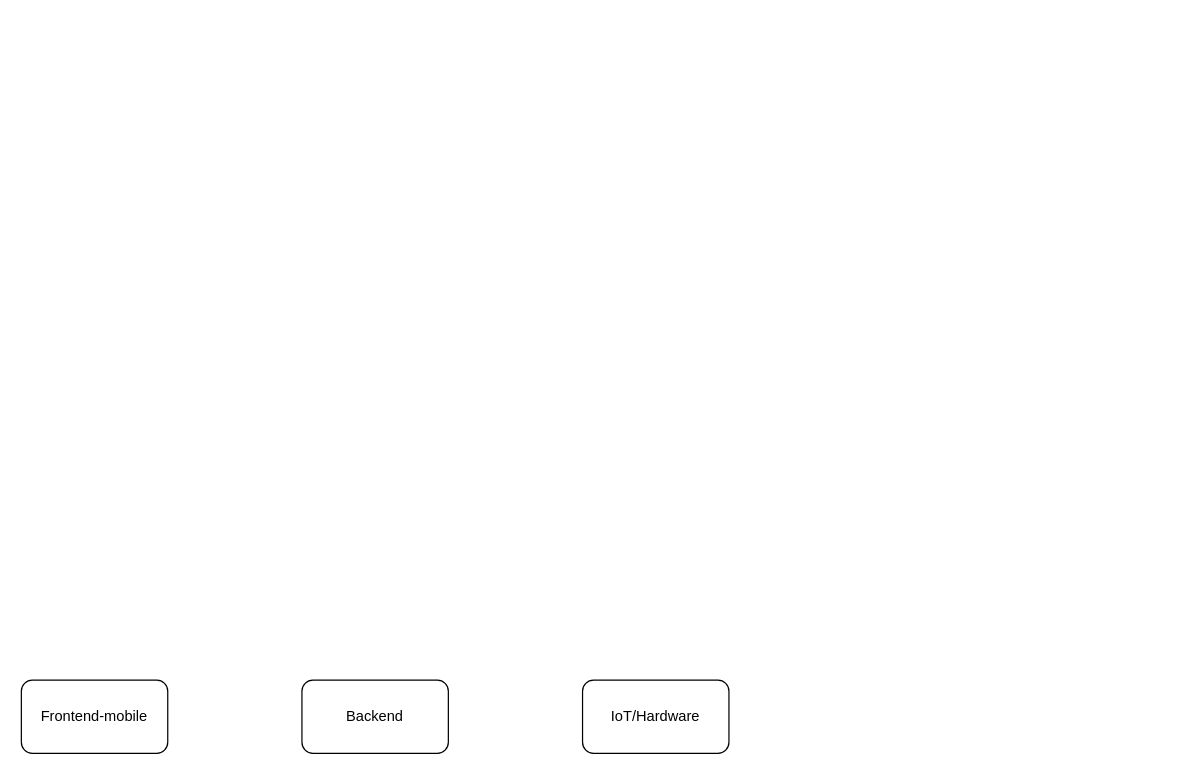
This is page "workflow" (1 of 4) of docs/ARCHITECTURE/ARCHITECTURE.drawio from flaxdrop/ChasChallenge, a draw.io file, before an edit. Source tidied: cells renumbered, new cells numbered last; positions are measured from the earlier drawing's top-left corner, leaving out a move shared by most shapes. Both pictures are drawn from the tidied source at 122%, with x=0, y=0 at pixel (21, 680).
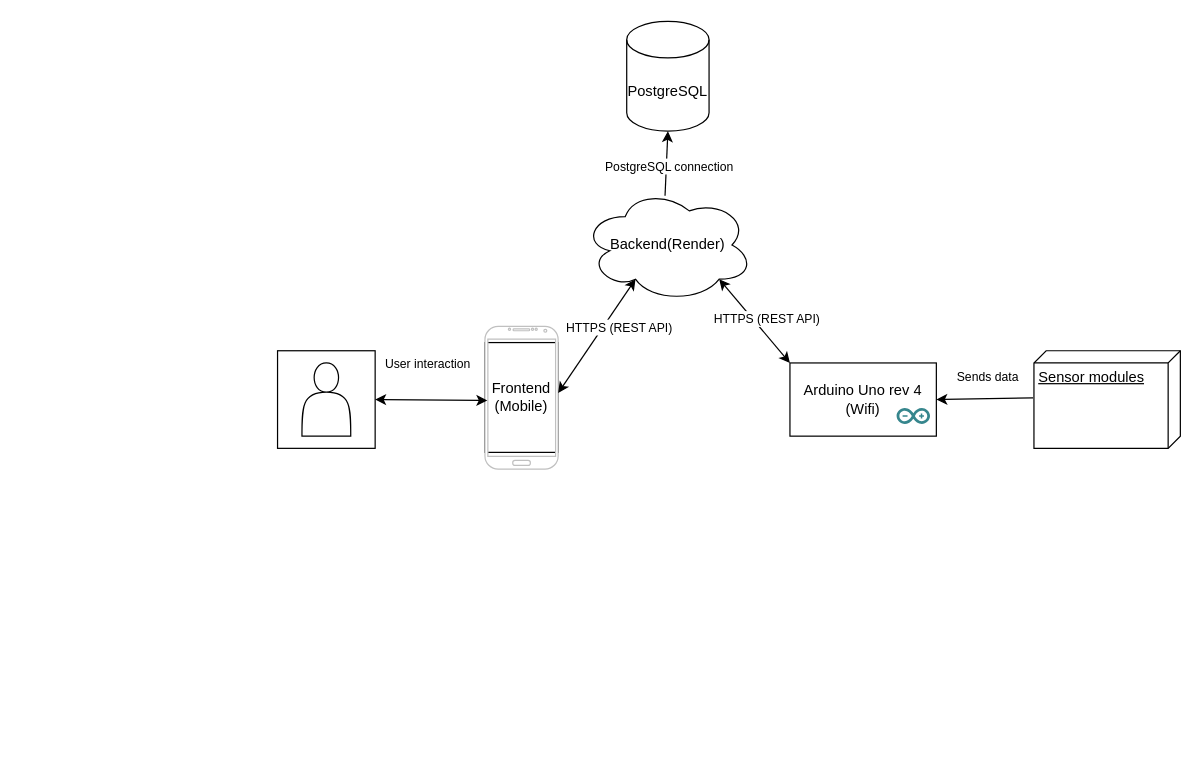
The same page after the edit.

Commit message:
updated architecture.md with flowchart-diagram

The edit, as a diff of the source:
```diff
@@
-    <mxCell id="2" value="IoT/Hardware" style="rounded=1;whiteSpace=wrap;html=1;" parent="1" vertex="1">
-      <mxGeometry x="460" width="120" height="60" as="geometry" />
-    </mxCell>
-    <mxCell id="3" value="Backend" style="rounded=1;whiteSpace=wrap;html=1;" parent="1" vertex="1">
-      <mxGeometry x="230" width="120" height="60" as="geometry" />
-    </mxCell>
-    <mxCell id="4" value="Frontend-mobile" style="rounded=1;whiteSpace=wrap;html=1;" parent="1" vertex="1">
-      <mxGeometry width="120" height="60" as="geometry" />
-    </mxCell>
+    <mxCell id="5" value="Arduino Uno rev 4 (Wifi)" style="rounded=0;whiteSpace=wrap;html=1;" parent="1" vertex="1">
+      <mxGeometry x="630" y="-260" width="120" height="60" as="geometry" />
+    </mxCell>
+    <mxCell id="6" style="dashed=0;html=1;align=center;labelPosition=center;verticalLabelPosition=bottom;verticalAlign=top;shape=mxgraph.weblogos.arduino;fillColor=#36868D;strokeColor=none;" parent="1" vertex="1">
+      <mxGeometry x="717.4" y="-223" width="27.4" height="13" as="geometry" />
+    </mxCell>
+    <mxCell id="7" value="Backend(Render)" style="ellipse;shape=cloud;whiteSpace=wrap;html=1;" parent="1" vertex="1">
+      <mxGeometry x="460" y="-403.3" width="140" height="93.3" as="geometry" />
+    </mxCell>
+    <mxCell id="8" value="&lt;font style=&quot;font-size: 12px;&quot;&gt;PostgreSQL&lt;/font&gt;" style="shape=cylinder3;whiteSpace=wrap;html=1;boundedLbl=1;backgroundOutline=1;size=15;" parent="1" vertex="1">
+      <mxGeometry x="496.2" y="-540" width="67.5" height="90" as="geometry" />
+    </mxCell>
+    <mxCell id="9" style="endArrow=classic;startArrow=classic;html=1;entryX=0.8;entryY=0.8;entryDx=0;entryDy=0;entryPerimeter=0;exitX=0;exitY=0;exitDx=0;exitDy=0;" parent="1" edge="1" source="5" target="7">
+      <mxGeometry relative="1" as="geometry" />
+    </mxCell>
+    <mxCell id="10" value="&lt;font style=&quot;font-size: 10px;&quot;&gt;HTTPS (REST API)&lt;/font&gt;" style="edgeLabel;html=1;align=center;verticalAlign=middle;" parent="9" vertex="1">
+      <mxGeometry x="0.13" y="-2" relative="1" as="geometry">
+        <mxPoint x="12" y="4" as="offset" />
+      </mxGeometry>
+    </mxCell>
+    <mxCell id="11" style="edgeStyle=none;html=1;exitX=0.483;exitY=0.067;exitDx=0;exitDy=0;exitPerimeter=0;entryX=0.5;entryY=1;entryDx=0;entryDy=0;entryPerimeter=0;" parent="1" edge="1" source="7" target="8">
+      <mxGeometry relative="1" as="geometry" />
+    </mxCell>
+    <mxCell id="12" value="&lt;font style=&quot;font-size: 10px;&quot;&gt;PostgreSQL connection&lt;/font&gt;" style="edgeLabel;html=1;align=center;verticalAlign=middle;" parent="11" vertex="1">
+      <mxGeometry x="-0.04" y="-2" relative="1" as="geometry" />
+    </mxCell>
+    <mxCell id="13" style="edgeStyle=none;html=1;exitX=0.483;exitY=1.006;exitDx=0;exitDy=0;exitPerimeter=0;entryX=1;entryY=0.5;entryDx=0;entryDy=0;" parent="1" edge="1" source="15" target="5">
+      <mxGeometry relative="1" as="geometry" />
+    </mxCell>
+    <mxCell id="14" value="&lt;font style=&quot;font-size: 10px;&quot;&gt;Sends data&lt;/font&gt;" style="edgeLabel;html=1;align=center;verticalAlign=middle;" parent="13" vertex="1">
+      <mxGeometry x="-0.03" y="-3" relative="1" as="geometry">
+        <mxPoint y="-16" as="offset" />
+      </mxGeometry>
+    </mxCell>
+    <mxCell id="15" value="Sensor modules" style="verticalAlign=top;align=left;spacingTop=8;spacingLeft=2;spacingRight=12;shape=cube;size=10;direction=south;fontStyle=4;html=1;whiteSpace=wrap;" parent="1" vertex="1">
+      <mxGeometry x="830" y="-270" width="120" height="80" as="geometry" />
+    </mxCell>
+    <mxCell id="16" value="Frontend&lt;div&gt;(Mobile)&lt;/div&gt;" style="rounded=0;whiteSpace=wrap;html=1;" parent="1" vertex="1">
+      <mxGeometry x="380" y="-276.7" width="60" height="90" as="geometry" />
+    </mxCell>
+    <mxCell id="17" style="verticalLabelPosition=bottom;verticalAlign=top;html=1;shadow=0;dashed=0;strokeWidth=1;shape=mxgraph.android.phone2;strokeColor=#c0c0c0;" parent="1" vertex="1">
+      <mxGeometry x="380" y="-290" width="60" height="117" as="geometry" />
+    </mxCell>
+    <mxCell id="18" style="endArrow=classic;startArrow=classic;html=1;entryX=1;entryY=0.467;entryDx=0;entryDy=0;entryPerimeter=0;exitX=0.31;exitY=0.8;exitDx=0;exitDy=0;exitPerimeter=0;" parent="1" edge="1" source="7" target="17">
+      <mxGeometry relative="1" as="geometry" />
+    </mxCell>
+    <mxCell id="19" value="&lt;font style=&quot;font-size: 10px;&quot;&gt;HTTPS (REST API)&lt;/font&gt;" style="edgeLabel;html=1;align=center;verticalAlign=middle;" parent="18" vertex="1">
+      <mxGeometry x="0.13" y="-2" relative="1" as="geometry">
+        <mxPoint x="24" y="-13" as="offset" />
+      </mxGeometry>
+    </mxCell>
+    <mxCell id="20" style="whiteSpace=wrap;html=1;" parent="1" vertex="1">
+      <mxGeometry x="210" y="-270" width="80" height="80" as="geometry" />
+    </mxCell>
+    <mxCell id="21" style="shape=actor;whiteSpace=wrap;html=1;" parent="1" vertex="1">
+      <mxGeometry x="230" y="-260" width="40" height="60" as="geometry" />
+    </mxCell>
+    <mxCell id="22" style="endArrow=classic;startArrow=classic;html=1;entryX=0.033;entryY=0.519;entryDx=0;entryDy=0;entryPerimeter=0;exitX=1;exitY=0.5;exitDx=0;exitDy=0;" parent="1" edge="1" source="20" target="17">
+      <mxGeometry relative="1" as="geometry" />
+    </mxCell>
+    <mxCell id="23" value="&lt;font style=&quot;font-size: 10px;&quot;&gt;User interaction&lt;/font&gt;" style="edgeLabel;html=1;align=center;verticalAlign=middle;" parent="22" vertex="1">
+      <mxGeometry x="-0.06" y="-4" relative="1" as="geometry">
+        <mxPoint y="-34" as="offset" />
+      </mxGeometry>
+    </mxCell>
```
